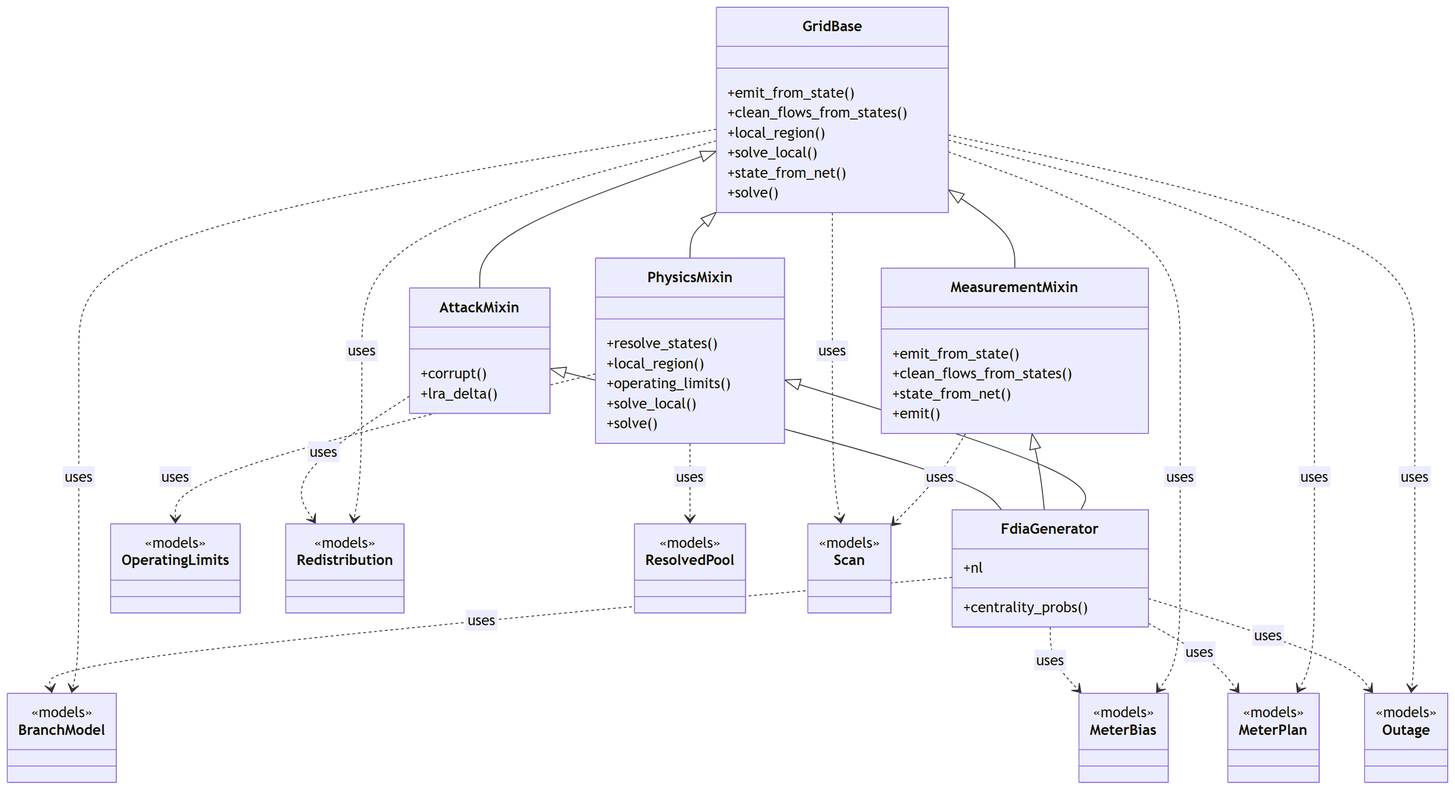
myersben9/fdia-graph keeps this Mermaid diagram as docs/figures/diagrams/classes_engine.png. Above is the earlier version. Its source is kept beside it as docs/figures/diagrams/classes_engine.mmd.
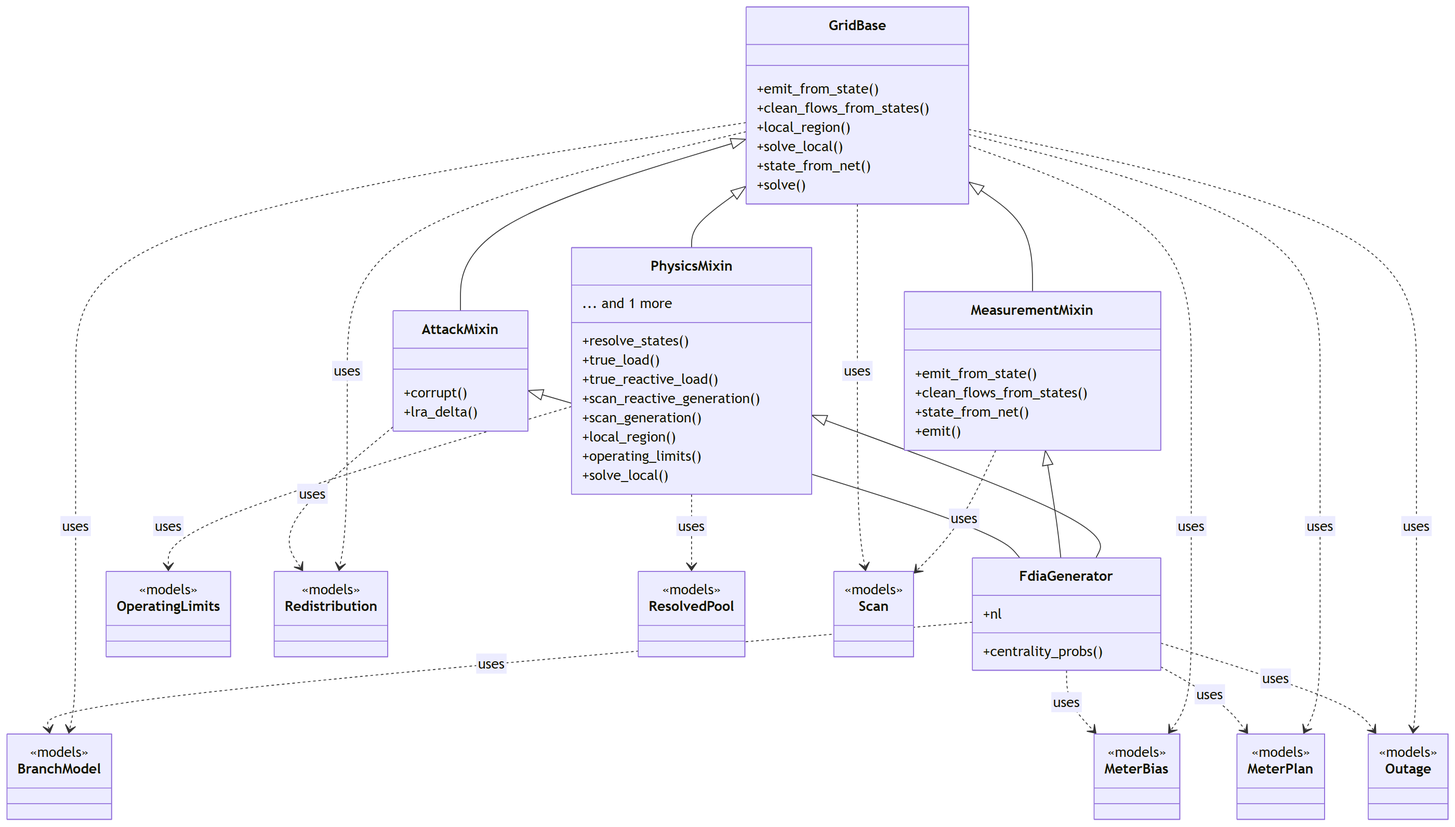
The same diagram one commit later.

Diff of the diagram source:
```diff
@@ -15,10 +15,14 @@
     }
     class PhysicsMixin {
         +resolve_states()
+        +true_load()
+        +true_reactive_load()
+        +scan_reactive_generation()
+        +scan_generation()
         +local_region()
         +operating_limits()
         +solve_local()
-        +solve()
+        ... and 1 more
     }
     class AttackMixin {
         +corrupt()
```
